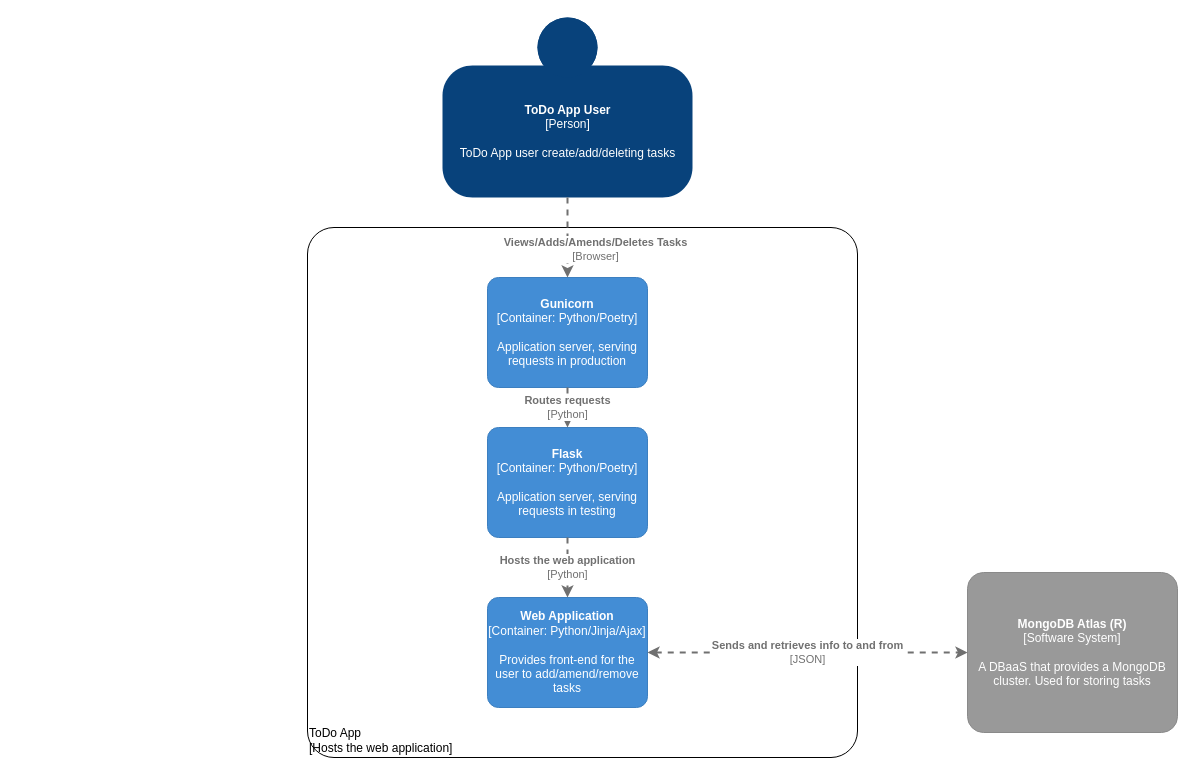
Before: page "Container" (2 of 4) of C4-Architecture-diagram.drawio in gmoraita/DevOps-Course-Starter, a draw.io diagram. Source tidied: cells renumbered, new cells numbered last; positions are measured from the earlier drawing's top-left corner, leaving out a move shared by most shapes. Both pictures are drawn from the tidied source at 100%, with x=0, y=0 at pixel (307, 17).
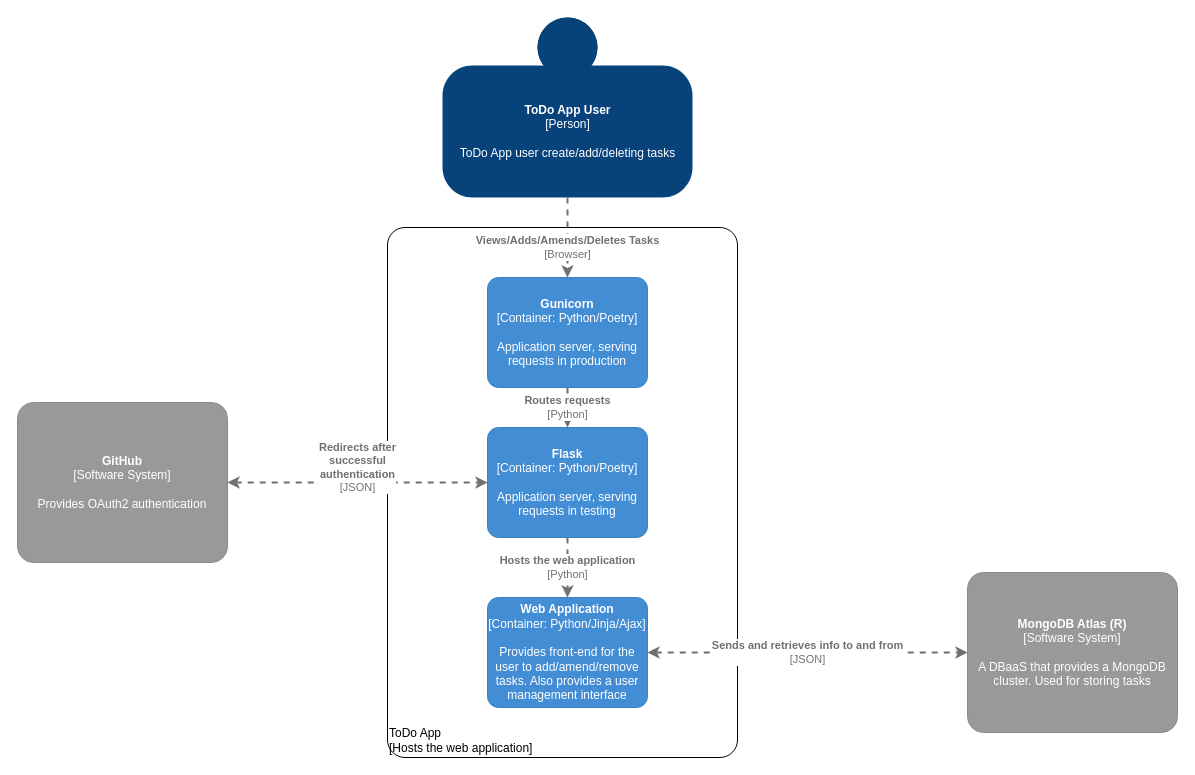
The same diagram, later.

The change refers to these unchanged cells:
```xml
<object id="2" label="&lt;b&gt;%c4Name%&lt;/b&gt;&lt;div&gt;[%c4Type%]&lt;/div&gt;&lt;br&gt;&lt;div&gt;%c4Description%&lt;/div&gt;" c4Description="ToDo App user create/add/deleting tasks" c4Name="ToDo App User" c4Type="Person" placeholders="1">
  <mxCell style="html=1;dashed=0;whitespace=wrap;fillColor=#08427b;strokeColor=none;fontColor=#ffffff;shape=mxgraph.c4.person;align=center;points=[[0.5,0,0],[1,0.5,0],[1,0.75,0],[0.75,1,0],[0.5,1,0],[0.25,1,0],[0,0.75,0],[0,0.5,0]];metaData={&quot;c4Type&quot;:{&quot;editable&quot;:false}};" parent="1" vertex="1">
    <mxGeometry x="135" width="250" height="180" as="geometry" />
  </mxCell>
</object>
<object id="7" label="&lt;b&gt;%c4Name%&lt;/b&gt;&lt;div&gt;[%c4Type%: %c4Technology%]&lt;/div&gt;&lt;br&gt;&lt;div&gt;%c4Description%&lt;/div&gt;" c4Description="Application server, serving requests in production" c4Name="Gunicorn" c4Technology="Python/Poetry" c4Type="Container" placeholders="1">
  <mxCell style="rounded=1;whiteSpace=wrap;html=1;labelBackgroundColor=none;fillColor=#438DD5;fontColor=#ffffff;align=center;arcSize=10;strokeColor=#3C7FC0;metaData={&quot;c4Type&quot;:{&quot;editable&quot;:false}};points=[[0.25,0,0],[0.5,0,0],[0.75,0,0],[1,0.25,0],[1,0.5,0],[1,0.75,0],[0.75,1,0],[0.5,1,0],[0.25,1,0],[0,0.75,0],[0,0.5,0],[0,0.25,0]];" parent="1" vertex="1">
    <mxGeometry x="180" y="260" width="160" height="110" as="geometry" />
  </mxCell>
</object>
```

Diff of the diagram source:
```diff
@@
     <object id="4" label="&lt;div style=&quot;text-align: left&quot;&gt;%c4Name%&lt;/div&gt;&lt;div style=&quot;text-align: left&quot;&gt;[%c4Application%]&lt;/div&gt;" c4Application="Hosts the web application" c4Name="ToDo App" placeholders="1">
       <mxCell style="rounded=1;whiteSpace=wrap;html=1;labelBackgroundColor=none;fillColor=#ffffff;fontColor=#000000;align=left;arcSize=5;strokeColor=#000000;verticalAlign=bottom;metaData={&quot;c4Type&quot;:{&quot;editable&quot;:false}};" parent="1" vertex="1">
-        <mxGeometry y="210" width="550" height="530" as="geometry" />
+        <mxGeometry x="80" y="210" width="350" height="530" as="geometry" />
       </mxCell>
     </object>
-    <object id="5" label="&lt;b&gt;%c4Name%&lt;/b&gt;&lt;div&gt;[%c4Type%: %c4Technology%]&lt;/div&gt;&lt;br&gt;&lt;div&gt;%c4Description%&lt;/div&gt;" c4Description="Provides front-end for the user to add/amend/remove tasks" c4Name="Web Application" c4Technology="Python/Jinja/Ajax" c4Type="Container" placeholders="1">
+    <object id="5" label="&lt;b&gt;%c4Name%&lt;/b&gt;&lt;div&gt;[%c4Type%: %c4Technology%]&lt;/div&gt;&lt;br&gt;&lt;div&gt;%c4Description%&lt;/div&gt;" c4Description="Provides front-end for the user to add/amend/remove tasks. Also provides a user management interface" c4Name="Web Application" c4Technology="Python/Jinja/Ajax" c4Type="Container" placeholders="1">
       <mxCell style="rounded=1;whiteSpace=wrap;html=1;labelBackgroundColor=none;fillColor=#438DD5;fontColor=#ffffff;align=center;arcSize=10;strokeColor=#3C7FC0;metaData={&quot;c4Type&quot;:{&quot;editable&quot;:false}};points=[[0.25,0,0],[0.5,0,0],[0.75,0,0],[1,0.25,0],[1,0.5,0],[1,0.75,0],[0.75,1,0],[0.5,1,0],[0.25,1,0],[0,0.75,0],[0,0.5,0],[0,0.25,0]];" parent="1" vertex="1">
         <mxGeometry x="180" y="580" width="160" height="110" as="geometry" />
       </mxCell>
     </object>
@@
     <object id="11" label="&lt;div style=&quot;text-align: left&quot;&gt;&lt;div style=&quot;text-align: center&quot;&gt;&lt;b&gt;%c4Description%&lt;/b&gt;&lt;/div&gt;&lt;div style=&quot;text-align: center&quot;&gt;[%c4Technology%]&lt;/div&gt;&lt;/div&gt;" c4Description="Views/Adds/Amends/Deletes Tasks" c4Technology="Browser" placeholders="1">
       <mxCell style="edgeStyle=none;rounded=0;html=1;jettySize=auto;strokeColor=#707070;strokeWidth=2;fontColor=#707070;jumpStyle=none;dashed=1;metaData={&quot;c4Type&quot;:{&quot;editable&quot;:false}};startArrow=none;startFill=0;exitX=0.5;exitY=1;exitDx=0;exitDy=0;exitPerimeter=0;entryX=0.5;entryY=0;entryDx=0;entryDy=0;entryPerimeter=0;" parent="1" edge="1" source="2" target="7">
-        <mxGeometry x="0.3" y="28" relative="1" as="geometry" />
+        <mxGeometry x="0.25" relative="1" as="geometry" />
       </mxCell>
     </object>
+    <object id="12" label="&lt;b&gt;%c4Name%&lt;/b&gt;&lt;div&gt;[%c4Type%]&lt;/div&gt;&lt;br&gt;&lt;div&gt;%c4Description%&lt;/div&gt;" c4Description="Provides OAuth2 authentication" c4Name="GitHub" c4Type="Software System" placeholders="1">
+      <mxCell style="rounded=1;whiteSpace=wrap;html=1;labelBackgroundColor=none;fillColor=#999999;fontColor=#ffffff;align=center;arcSize=10;strokeColor=#8A8A8A;metaData={&quot;c4Type&quot;:{&quot;editable&quot;:false}};points=[[0.25,0,0],[0.5,0,0],[0.75,0,0],[1,0.25,0],[1,0.5,0],[1,0.75,0],[0.75,1,0],[0.5,1,0],[0.25,1,0],[0,0.75,0],[0,0.5,0],[0,0.25,0]];" parent="1" vertex="1">
+        <mxGeometry x="-290" y="385" width="210" height="160" as="geometry" />
+      </mxCell>
+    </object>
+    <object id="13" label="&lt;div style=&quot;text-align: left&quot;&gt;&lt;div style=&quot;text-align: center&quot;&gt;&lt;b&gt;%c4Description%&lt;/b&gt;&lt;/div&gt;&lt;div style=&quot;text-align: center&quot;&gt;[%c4Technology%]&lt;/div&gt;&lt;/div&gt;" c4Description="Redirects after&#10;successful&#10;authentication" c4Technology="JSON" placeholders="1">
+      <mxCell style="edgeStyle=none;rounded=0;html=1;jettySize=auto;strokeColor=#707070;strokeWidth=2;fontColor=#707070;jumpStyle=none;dashed=1;metaData={&quot;c4Type&quot;:{&quot;editable&quot;:false}};startArrow=classic;startFill=1;exitX=1;exitY=0.5;exitDx=0;exitDy=0;exitPerimeter=0;entryX=0;entryY=0.5;entryDx=0;entryDy=0;entryPerimeter=0;" parent="1" edge="1" source="12">
+        <mxGeometry y="15" relative="1" as="geometry">
+          <mxPoint x="180" y="465" as="targetPoint" />
+        </mxGeometry>
+      </mxCell>
+    </object>
```
